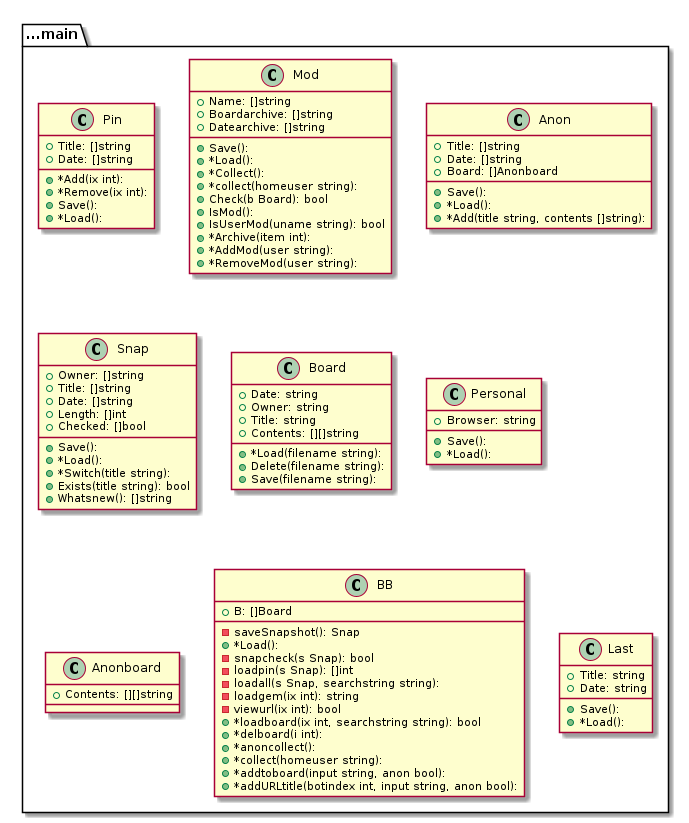
The PlantUML diagram graph.png in tbal999/bb, before a commit.
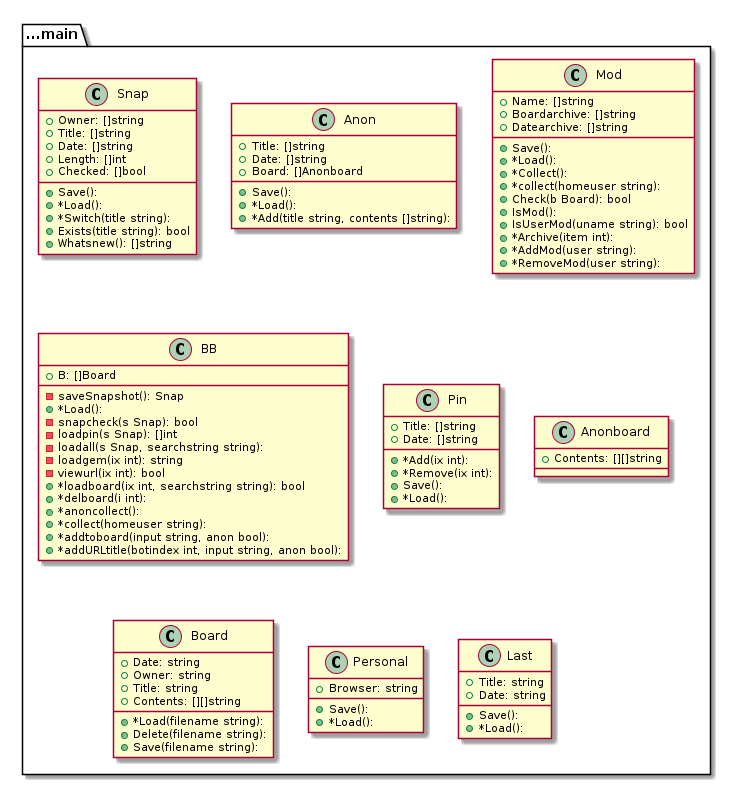
The same file after the commit.

The edit, as a diff of the source:
```diff
@@ -1,12 +1,26 @@
 @startuml
 package ...main{
-class Pin {
+class Snap {
++Owner: []string
 +Title: []string
 +Date: []string
-+*Add(ix int):
-+*Remove(ix int):
++Length: []int
++Checked: []bool
 +Save():
 +*Load():
++*Switch(title string):
++Exists(title string): bool
++Whatsnew(): []string
+}
+}
+package ...main{
+class Anon {
++Title: []string
++Date: []string
++Board: []Anonboard
++Save():
++*Load():
++*Add(title string, contents []string):
 }
 }
 package ...main{
@@ -27,27 +41,37 @@
 }
 }
 package ...main{
-class Anon {
-+Title: []string
-+Date: []string
-+Board: []Anonboard
-+Save():
+class BB {
++B: []Board
+-saveSnapshot(): Snap
 +*Load():
-+*Add(title string, contents []string):
+-snapcheck(s Snap): bool
+-loadpin(s Snap): []int
+-loadall(s Snap, searchstring string):
+-loadgem(ix int): string
+-viewurl(ix int): bool
++*loadboard(ix int, searchstring string): bool
++*delboard(i int):
++*anoncollect():
++*collect(homeuser string):
++*addtoboard(input string, anon bool):
++*addURLtitle(botindex int, input string, anon bool):
 }
 }
 package ...main{
-class Snap {
-+Owner: []string
+class Pin {
 +Title: []string
 +Date: []string
-+Length: []int
-+Checked: []bool
++*Add(ix int):
++*Remove(ix int):
 +Save():
 +*Load():
-+*Switch(title string):
-+Exists(title string): bool
-+Whatsnew(): []string
+}
+}
+package ...main{
+class Anonboard {
++Contents: [][]string
+
 }
 }
 package ...main{
@@ -69,30 +93,6 @@
 }
 }
 package ...main{
-class Anonboard {
-+Contents: [][]string
-
-}
-}
-package ...main{
-class BB {
-+B: []Board
--saveSnapshot(): Snap
-+*Load():
--snapcheck(s Snap): bool
--loadpin(s Snap): []int
--loadall(s Snap, searchstring string):
--loadgem(ix int): string
--viewurl(ix int): bool
-+*loadboard(ix int, searchstring string): bool
-+*delboard(i int):
-+*anoncollect():
-+*collect(homeuser string):
-+*addtoboard(input string, anon bool):
-+*addURLtitle(botindex int, input string, anon bool):
-}
-}
-package ...main{
 class Last {
 +Title: string
 +Date: string
```
